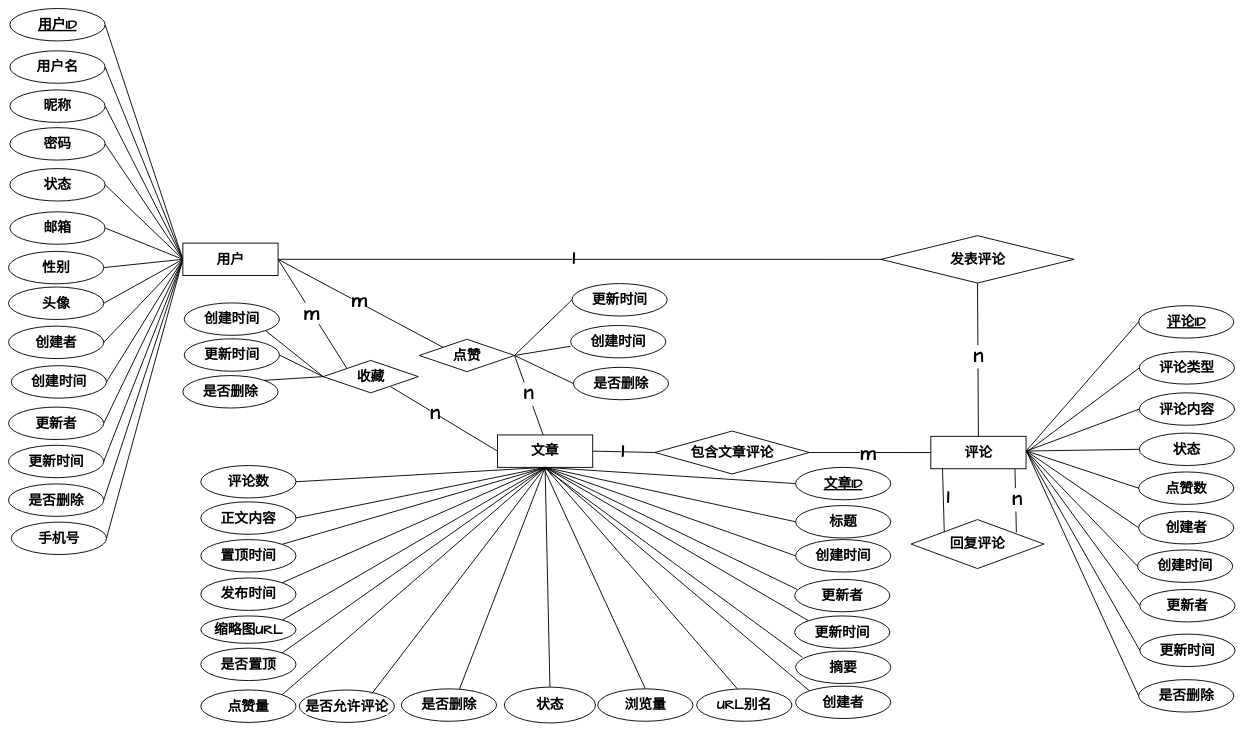
This is graph/社交互动模块ER图.drawio from zhangbird050801/bird-blog, a draw.io file, before an edit. Source tidied: cells renumbered, new cells numbered last; positions are measured from the earlier drawing's top-left corner, leaving out a move shared by most shapes. Both pictures are drawn from the tidied source at 46%, with x=0, y=0 at pixel (8, 8).
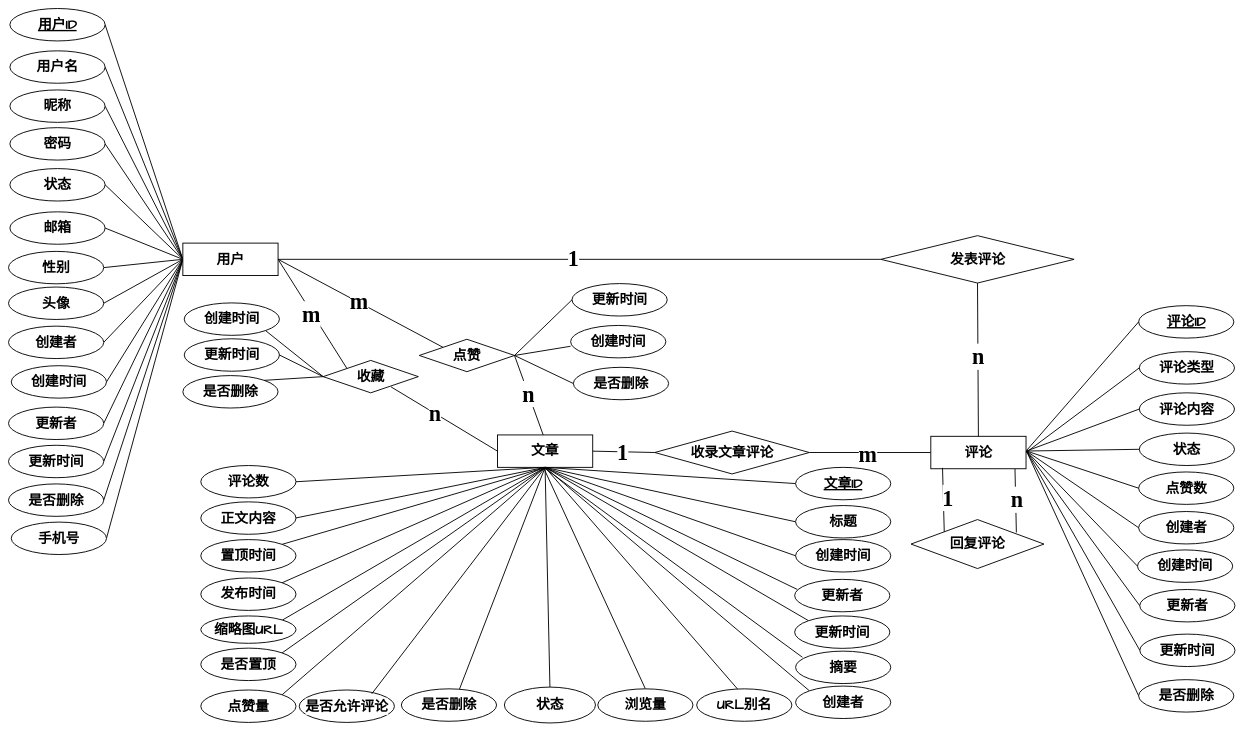
The same page after the edit.

Commit message:
更新社交互动模块ER图.drawio

Unchanged cells that the change refers to:
```xml
<mxCell id="16" style="rounded=0;jettySize=auto;html=1;exitX=1;exitY=0.5;exitDx=0;exitDy=0;entryX=0;entryY=0;entryDx=0;entryDy=0;endArrow=none;endFill=0;fontSize=30;fontStyle=1;strokeColor=default;align=center;verticalAlign=middle;fontFamily=Comic Sans MS;fontColor=default;labelBackgroundColor=default;strokeWidth=2;" parent="1" edge="1" source="18" target="84">
  <mxGeometry relative="1" as="geometry" />
</mxCell>
<mxCell id="33" style="rounded=0;jettySize=auto;html=1;exitX=0;exitY=0.5;exitDx=0;exitDy=0;entryX=1;entryY=0.5;entryDx=0;entryDy=0;endArrow=none;endFill=0;fontSize=30;fontStyle=1;strokeColor=default;align=center;verticalAlign=middle;fontFamily=Comic Sans MS;fontColor=default;labelBackgroundColor=default;strokeWidth=2;" parent="1" edge="1" source="35" target="78">
  <mxGeometry relative="1" as="geometry" />
</mxCell>
<mxCell id="36" style="rounded=0;jettySize=auto;html=1;exitX=1;exitY=0.5;exitDx=0;exitDy=0;entryX=0;entryY=0;entryDx=0;entryDy=0;endArrow=none;endFill=0;fontSize=30;fontFamily=Comic Sans MS;fontStyle=1;strokeColor=default;align=center;verticalAlign=middle;fontColor=default;labelBackgroundColor=default;strokeWidth=2;" parent="1" edge="1" source="18" target="40">
  <mxGeometry relative="1" as="geometry" />
</mxCell>
<mxCell id="38" style="rounded=0;jettySize=auto;html=1;exitX=1;exitY=0.5;exitDx=0;exitDy=0;endArrow=none;endFill=0;fontSize=30;fontFamily=Comic Sans MS;entryX=0.481;entryY=0.009;entryDx=0;entryDy=0;fontStyle=1;strokeColor=default;align=center;verticalAlign=middle;fontColor=default;labelBackgroundColor=default;strokeWidth=2;entryPerimeter=0;" parent="1" edge="1" source="40" target="41">
  <mxGeometry relative="1" as="geometry" />
</mxCell>
<mxCell id="76" style="rounded=0;jettySize=auto;html=1;exitX=1;exitY=0.5;exitDx=0;exitDy=0;endArrow=none;endFill=0;fontSize=30;fontFamily=Comic Sans MS;entryX=0;entryY=0.5;entryDx=0;entryDy=0;fontStyle=1;strokeColor=default;align=center;verticalAlign=middle;fontColor=default;labelBackgroundColor=default;strokeWidth=2;" parent="1" edge="1" source="41" target="78">
  <mxGeometry relative="1" as="geometry" />
</mxCell>
<mxCell id="82" style="rounded=0;jettySize=auto;html=1;exitX=0.713;exitY=0.817;exitDx=0;exitDy=0;entryX=0;entryY=0.5;entryDx=0;entryDy=0;endArrow=none;endFill=0;fontSize=30;fontStyle=1;strokeColor=default;align=center;verticalAlign=middle;fontFamily=Comic Sans MS;fontColor=default;labelBackgroundColor=default;strokeWidth=2;exitPerimeter=0;" parent="1" edge="1" source="84" target="41">
  <mxGeometry relative="1" as="geometry" />
</mxCell>
<mxCell id="106" style="rounded=0;jettySize=auto;html=1;exitX=1;exitY=0.5;exitDx=0;exitDy=0;entryX=0;entryY=0.5;entryDx=0;entryDy=0;endArrow=none;endFill=0;fontSize=30;fontFamily=Comic Sans MS;fontStyle=1;strokeColor=default;align=center;verticalAlign=middle;fontColor=default;labelBackgroundColor=default;strokeWidth=2;" parent="1" edge="1" source="18" target="105">
  <mxGeometry relative="1" as="geometry" />
</mxCell>
<mxCell id="108" style="rounded=0;jettySize=auto;html=1;exitX=0.5;exitY=1;exitDx=0;exitDy=0;endArrow=none;endFill=0;fontSize=30;fontFamily=Comic Sans MS;entryX=0.5;entryY=0;entryDx=0;entryDy=0;fontStyle=1;strokeColor=default;align=center;verticalAlign=middle;fontColor=default;labelBackgroundColor=default;strokeWidth=2;" parent="1" edge="1" source="105" target="35">
  <mxGeometry relative="1" as="geometry" />
</mxCell>
```

The edit, as a diff of the source:
```diff
@@
-    <mxCell id="17" value="&lt;span style=&quot;font-family: &amp;quot;Comic Sans MS&amp;quot;;&quot;&gt;m&lt;/span&gt;" style="edgeLabel;html=1;align=center;verticalAlign=middle;fontSize=42;fontStyle=1;rounded=0;strokeColor=default;fontFamily=Comic Sans MS;fontColor=default;labelBackgroundColor=default;strokeWidth=2;" parent="16" vertex="1">
+    <mxCell id="17" value="&lt;span&gt;m&lt;/span&gt;" style="edgeLabel;html=1;align=center;verticalAlign=middle;fontSize=48;fontStyle=1;rounded=0;strokeColor=default;fontFamily=Times New Roman;fontColor=default;labelBackgroundColor=default;strokeWidth=2;" parent="16" vertex="1">
       <mxGeometry x="-0.01" y="-3" relative="1" as="geometry" />
     </mxCell>
@@
-    <mxCell id="34" value="m" style="edgeLabel;html=1;align=center;verticalAlign=middle;fontSize=42;fontFamily=Comic Sans MS;fontStyle=1;rounded=0;strokeColor=default;fontColor=default;labelBackgroundColor=default;strokeWidth=2;" parent="33" vertex="1">
+    <mxCell id="34" value="m" style="edgeLabel;html=1;align=center;verticalAlign=middle;fontSize=48;fontFamily=Times New Roman;fontStyle=1;rounded=0;strokeColor=default;fontColor=default;labelBackgroundColor=default;strokeWidth=2;" parent="33" vertex="1">
       <mxGeometry x="0.04" y="3" relative="1" as="geometry" />
     </mxCell>
@@
-    <mxCell id="37" value="m" style="edgeLabel;html=1;align=center;verticalAlign=middle;fontSize=42;fontFamily=Comic Sans MS;fontColor=default;labelBackgroundColor=default;fillColor=none;gradientColor=none;fontStyle=1;rounded=0;strokeColor=default;strokeWidth=2;" parent="36" vertex="1">
+    <mxCell id="37" value="m" style="edgeLabel;html=1;align=center;verticalAlign=middle;fontSize=48;fontFamily=Times New Roman;fontColor=default;labelBackgroundColor=default;fillColor=none;gradientColor=none;fontStyle=1;rounded=0;strokeColor=default;strokeWidth=2;" parent="36" vertex="1">
       <mxGeometry x="-0.02" y="3" relative="1" as="geometry">
         <mxPoint x="-1" as="offset" />
       </mxGeometry>
     </mxCell>
@@
-    <mxCell id="39" value="n" style="edgeLabel;html=1;align=center;verticalAlign=middle;fontSize=42;fontFamily=Comic Sans MS;fontColor=default;labelBackgroundColor=default;fillColor=none;gradientColor=none;fontStyle=1;rounded=0;strokeColor=default;strokeWidth=2;" parent="38" vertex="1">
+    <mxCell id="39" value="n" style="edgeLabel;html=1;align=center;verticalAlign=middle;fontSize=48;fontFamily=Times New Roman;fontColor=default;labelBackgroundColor=default;fillColor=none;gradientColor=none;fontStyle=1;rounded=0;strokeColor=default;strokeWidth=2;" parent="38" vertex="1">
       <mxGeometry x="-0.04" relative="1" as="geometry" />
     </mxCell>
@@
-    <mxCell id="77" value="1" style="edgeLabel;html=1;align=center;verticalAlign=middle;fontSize=42;fontFamily=Comic Sans MS;fontColor=default;labelBackgroundColor=default;fillColor=none;gradientColor=none;fontStyle=1;rounded=0;strokeColor=default;strokeWidth=2;" parent="76" vertex="1">
+    <mxCell id="77" value="1" style="edgeLabel;html=1;align=center;verticalAlign=middle;fontSize=48;fontFamily=Times New Roman;fontColor=default;labelBackgroundColor=default;fillColor=none;gradientColor=none;fontStyle=1;rounded=0;strokeColor=default;strokeWidth=2;" parent="76" vertex="1">
       <mxGeometry x="-0.04" relative="1" as="geometry" />
     </mxCell>
-    <mxCell id="78" value="包含文章评论" style="rhombus;whiteSpace=wrap;html=1;fontSize=30;fontFamily=Comic Sans MS;fontStyle=1;rounded=0;strokeColor=default;align=center;verticalAlign=middle;fontColor=default;labelBackgroundColor=default;strokeWidth=2;" parent="1" vertex="1">
+    <mxCell id="78" value="收录文章评论" style="rhombus;whiteSpace=wrap;html=1;fontSize=30;fontFamily=Comic Sans MS;fontStyle=1;rounded=0;strokeColor=default;align=center;verticalAlign=middle;fontColor=default;labelBackgroundColor=default;strokeWidth=2;" parent="1" vertex="1">
       <mxGeometry x="1405" y="918.6" width="336" height="93.2" as="geometry" />
     </mxCell>
@@
-    <mxCell id="83" value="&lt;span style=&quot;font-family: &amp;quot;Comic Sans MS&amp;quot;;&quot;&gt;n&lt;/span&gt;" style="edgeLabel;html=1;align=center;verticalAlign=middle;fontSize=42;fontStyle=1;rounded=0;strokeColor=default;fontFamily=Comic Sans MS;fontColor=default;labelBackgroundColor=default;strokeWidth=2;" parent="82" vertex="1">
+    <mxCell id="83" value="&lt;span&gt;n&lt;/span&gt;" style="edgeLabel;html=1;align=center;verticalAlign=middle;fontSize=48;fontStyle=1;rounded=0;strokeColor=default;fontFamily=Times New Roman;fontColor=default;labelBackgroundColor=default;strokeWidth=2;" parent="82" vertex="1">
       <mxGeometry x="-0.18" relative="1" as="geometry" />
     </mxCell>
@@
-    <mxCell id="107" value="1" style="edgeLabel;html=1;align=center;verticalAlign=middle;fontSize=42;fontFamily=Comic Sans MS;fontColor=default;labelBackgroundColor=default;fillColor=none;gradientColor=none;fontStyle=1;rounded=0;strokeColor=default;strokeWidth=2;" parent="106" vertex="1">
+    <mxCell id="107" value="1" style="edgeLabel;html=1;align=center;verticalAlign=middle;fontSize=48;fontFamily=Times New Roman;fontColor=default;labelBackgroundColor=default;fillColor=none;gradientColor=none;fontStyle=1;rounded=0;strokeColor=default;strokeWidth=2;" parent="106" vertex="1">
       <mxGeometry x="-0.02" y="3" relative="1" as="geometry">
         <mxPoint x="-1" as="offset" />
       </mxGeometry>
     </mxCell>
@@
-    <mxCell id="109" value="n" style="edgeLabel;html=1;align=center;verticalAlign=middle;fontSize=42;fontFamily=Comic Sans MS;fontColor=default;labelBackgroundColor=default;fillColor=none;gradientColor=none;fontStyle=1;rounded=0;strokeColor=default;strokeWidth=2;" parent="108" vertex="1">
+    <mxCell id="109" value="n" style="edgeLabel;html=1;align=center;verticalAlign=middle;fontSize=48;fontFamily=Times New Roman;fontColor=default;labelBackgroundColor=default;fillColor=none;gradientColor=none;fontStyle=1;rounded=0;strokeColor=default;strokeWidth=2;" parent="108" vertex="1">
       <mxGeometry x="-0.04" relative="1" as="geometry" />
     </mxCell>
@@
-    <mxCell id="126" value="1" style="edgeLabel;html=1;align=center;verticalAlign=middle;fontSize=42;fontFamily=Comic Sans MS;fontStyle=1;rounded=0;strokeColor=default;fontColor=default;labelBackgroundColor=default;strokeWidth=2;" parent="1" vertex="1">
+    <mxCell id="126" value="1" style="edgeLabel;html=1;align=center;verticalAlign=middle;fontSize=48;fontFamily=Times New Roman;fontStyle=1;rounded=0;strokeColor=default;fontColor=default;labelBackgroundColor=default;strokeWidth=2;" parent="1" vertex="1">
       <mxGeometry x="2058" y="1082" as="geometry">
         <mxPoint x="-17" y="-19" as="offset" />
       </mxGeometry>
     </mxCell>
-    <mxCell id="127" value="n" style="edgeLabel;html=1;align=center;verticalAlign=middle;fontSize=42;fontFamily=Comic Sans MS;fontStyle=1;rounded=0;strokeColor=default;fontColor=default;labelBackgroundColor=default;strokeWidth=2;" parent="1" vertex="1">
+    <mxCell id="127" value="n" style="edgeLabel;html=1;align=center;verticalAlign=middle;fontSize=48;fontFamily=Times New Roman;fontStyle=1;rounded=0;strokeColor=default;fontColor=default;labelBackgroundColor=default;strokeWidth=2;" parent="1" vertex="1">
       <mxGeometry x="2185" y="1054" as="geometry">
         <mxPoint x="6" y="13" as="offset" />
       </mxGeometry>
     </mxCell>
```
